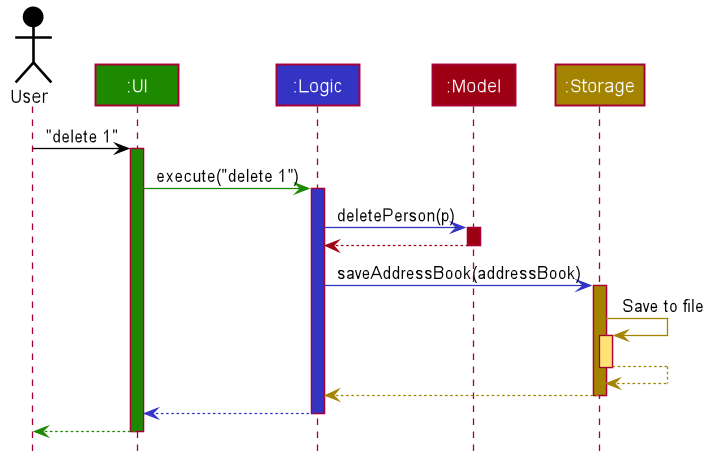
nus-cs2103-AY2223S2/tp keeps this PlantUML diagram as docs/images/ArchitectureSequenceDiagram.png. Above is the earlier version.
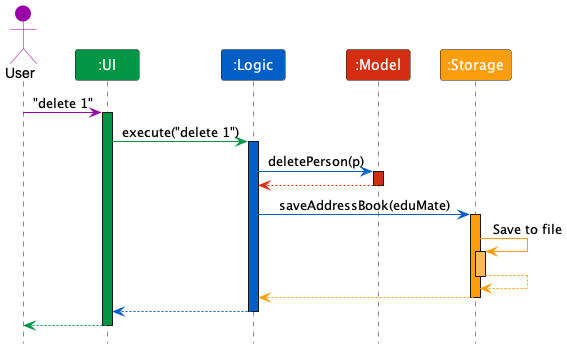
Above is the later version.

The edit, as a diff of the source:
```diff
@@ -1,85 +1,38 @@
 @startuml
+!include style.puml
 
+Actor User as user USER_COLOR
+Participant ":UI" as ui UI_COLOR
+Participant ":Logic" as logic LOGIC_COLOR
+Participant ":Model" as model MODEL_COLOR
+Participant ":Storage" as storage STORAGE_COLOR
 
+user -[USER_COLOR]> ui : "delete 1"
+activate ui UI_COLOR
 
+ui -[UI_COLOR]> logic : execute("delete 1")
+activate logic LOGIC_COLOR
 
+logic -[LOGIC_COLOR]> model : deletePerson(p)
+activate model MODEL_COLOR
 
-
-
-
-skinparam BackgroundColor #FFFFFFF
-
-skinparam Shadowing false
-
-skinparam Class {
-    FontColor #FFFFFF
-    BorderThickness 1
-    BorderColor #FFFFFF
-    StereotypeFontColor #FFFFFF
-    FontName Arial
-}
-
-skinparam Actor {
-    BorderColor #000000
-    Color #000000
-    FontName Arial
-}
-
-skinparam Sequence {
-    MessageAlign center
-    BoxFontSize 15
-    BoxPadding 0
-    BoxFontColor #FFFFFF
-    FontName Arial
-}
-
-skinparam Participant {
-    FontColor #FFFFFFF
-    Padding 20
-}
-
-skinparam MinClassWidth 50
-skinparam ParticipantPadding 10
-skinparam Shadowing false
-skinparam DefaultTextAlignment center
-skinparam packageStyle Rectangle
-
-hide footbox
-hide members
-hide circle
-
-Actor User as user #000000
-Participant ":UI" as ui #1D8900
-Participant ":Logic" as logic #3333C4
-Participant ":Model" as model #9D0012
-Participant ":Storage" as storage #A38300
-
-user -[#000000]> ui : "delete 1"
-activate ui #1D8900
-
-ui -[#1D8900]> logic : execute("delete 1")
-activate logic #3333C4
-
-logic -[#3333C4]> model : deletePerson(p)
-activate model #9D0012
-
-model -[#9D0012]-> logic
+model -[MODEL_COLOR]-> logic
 deactivate model
 
-logic -[#3333C4]> storage : saveAddressBook(addressBook)
-activate storage #A38300
+logic -[LOGIC_COLOR]> storage : saveAddressBook(eduMate)
+activate storage STORAGE_COLOR
 
-storage -[#A38300]> storage : Save to file
-activate storage #FFE374
-storage --[#A38300]> storage
+storage -[STORAGE_COLOR]> storage : Save to file
+activate storage STORAGE_COLOR_LIGHT
+storage --[STORAGE_COLOR]> storage
 deactivate storage
 
-storage --[#A38300]> logic
+storage --[STORAGE_COLOR]> logic
 deactivate storage
 
-logic --[#3333C4]> ui
+logic --[LOGIC_COLOR]> ui
 deactivate logic
 
-ui--[#1D8900]> user
+ui--[UI_COLOR]> user
 deactivate ui
 @enduml
```
